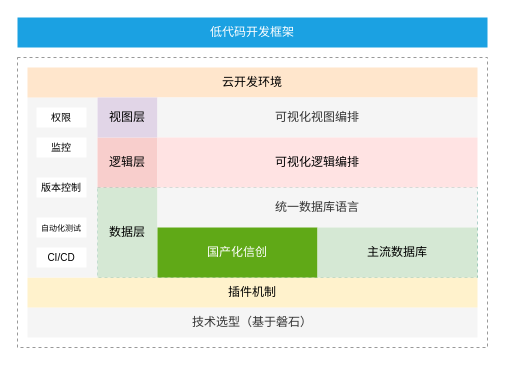
Above: 低——研究内容——低代码开发框架.drawio in tangyaosimida/love (draw.io), before the change. Source tidied: cells renumbered, new cells numbered last; positions are measured from the earlier drawing's top-left corner, leaving out a move shared by most shapes. Both pictures are drawn from the tidied source at 100%, with x=0, y=0 at pixel (17, 17).
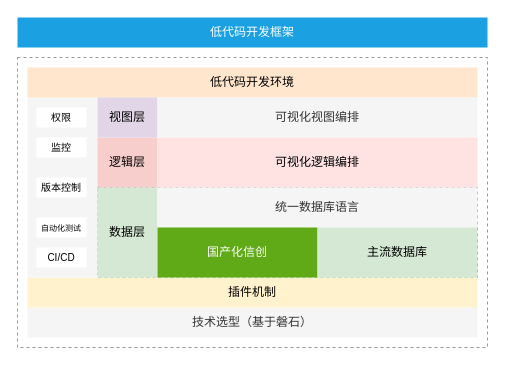
The same diagram, later.

Commit message:
更新低——研究内容——低代码开发框架.drawio

Change to the diagram source:
```diff
@@
-    <mxCell id="9" value="云开发环境" style="rounded=0;whiteSpace=wrap;html=1;fillColor=#ffe6cc;strokeColor=none;" parent="1" vertex="1">
+    <mxCell id="9" value="低代码开发环境" style="rounded=0;whiteSpace=wrap;html=1;fillColor=#ffe6cc;strokeColor=none;" parent="1" vertex="1">
       <mxGeometry x="10" y="50" width="450" height="30" as="geometry" />
     </mxCell>
```
